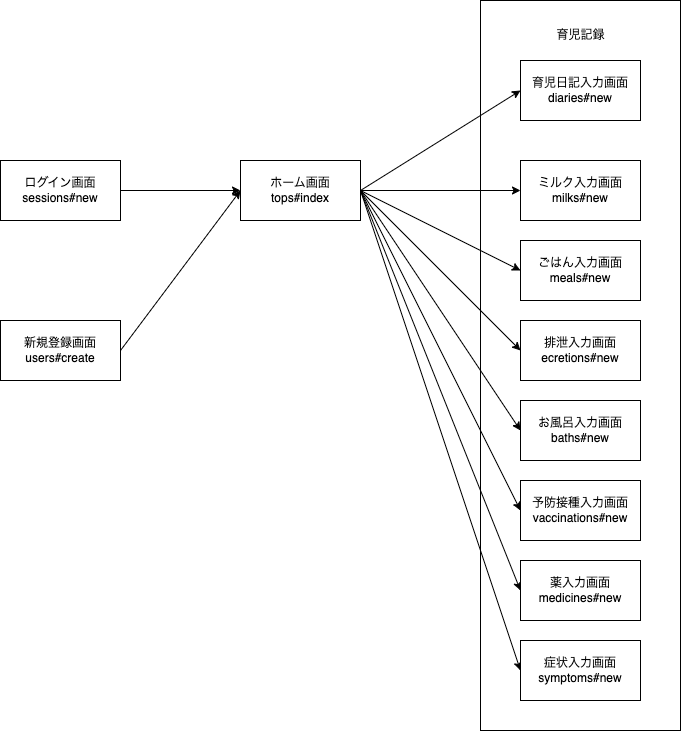
Earlier version of the draw.io export screen_transition_diagram.drawio.png (piroriki/rails_portfolio). Source tidied: cells renumbered, new cells last; positions are measured from the earlier drawing's top-left corner, leaving out a move shared by most shapes.
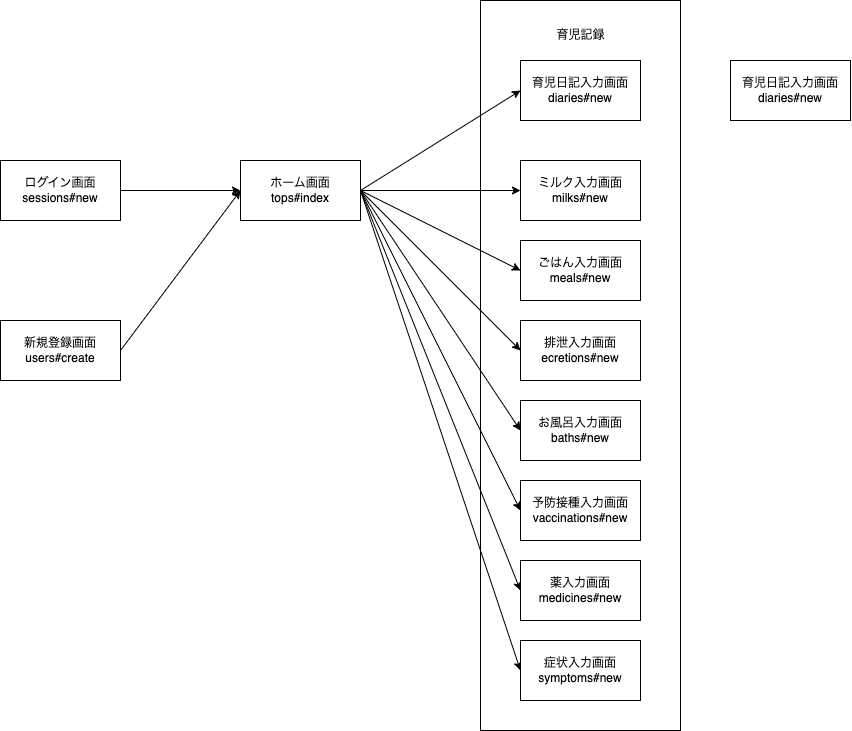
The same file after the commit.

What changed in the source:
```diff
@@ -73,5 +73,8 @@
     <mxCell id="24" value="新規登録画面&lt;br&gt;users#create" style="rounded=0;whiteSpace=wrap;html=1;" parent="1" vertex="1">
       <mxGeometry y="320" width="120" height="60" as="geometry" />
     </mxCell>
+    <mxCell id="25" value="育児日記入力画面&lt;br&gt;diaries#new" style="rounded=0;whiteSpace=wrap;html=1;" parent="1" vertex="1">
+      <mxGeometry x="730" y="60" width="120" height="60" as="geometry" />
+    </mxCell>
   </root>
 </mxGraphModel>
```
